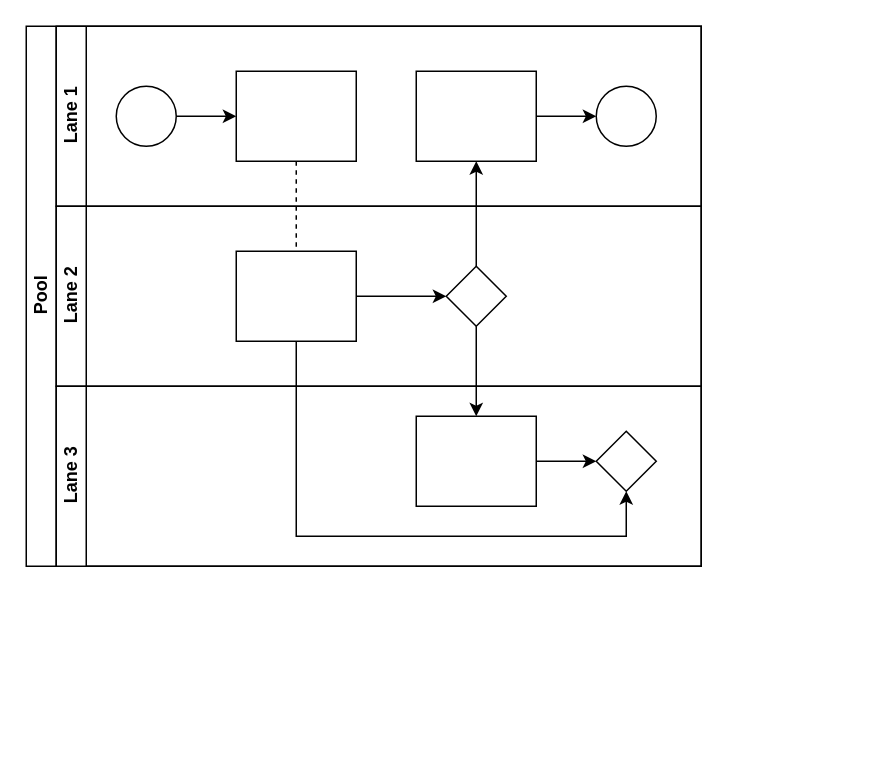
MatiasQuinlan/makarkrk keeps this draw.io diagram as INdices.drawio. Above is the earlier version. Source tidied: cells renumbered, new cells numbered last; positions are measured from the earlier drawing's top-left corner, leaving out a move shared by most shapes. Both pictures are drawn from the tidied source at 150%, with x=0, y=0 at pixel (26, 26).
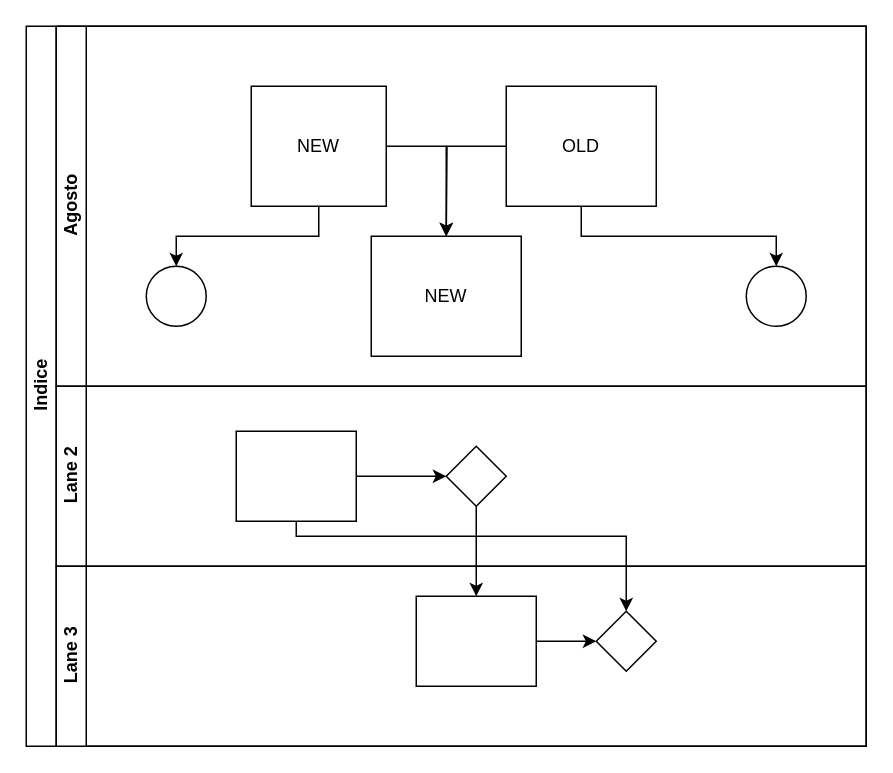
The same page after the edit.

Unchanged cells that the change refers to:
```xml
<mxCell id="16" style="rounded=0;whiteSpace=wrap;html=1;fontFamily=Helvetica;fontSize=12;fontColor=#000000;align=center;" parent="14" vertex="1">
  <mxGeometry x="120" y="30" width="80" height="60" as="geometry" />
</mxCell>
<mxCell id="17" style="rhombus;whiteSpace=wrap;html=1;fontFamily=Helvetica;fontSize=12;fontColor=#000000;align=center;" parent="14" vertex="1">
  <mxGeometry x="260" y="40" width="40" height="40" as="geometry" />
</mxCell>
```

Diff of the diagram source:
```diff
@@
-    <mxCell id="2" value="Pool" style="swimlane;html=1;horizontal=0;startSize=20;" parent="1" vertex="1">
-      <mxGeometry width="450" height="360" as="geometry" />
+    <mxCell id="2" value="Indice" style="swimlane;html=1;horizontal=0;startSize=20;" parent="1" vertex="1">
+      <mxGeometry width="560" height="480" as="geometry" />
     </mxCell>
-    <mxCell id="3" style="edgeStyle=orthogonalEdgeStyle;rounded=0;jettySize=auto;html=1;dashed=1;endArrow=none;endFill=0;" parent="2" edge="1" source="10" target="16">
-      <mxGeometry relative="1" as="geometry" />
-    </mxCell>
-    <mxCell id="4" style="edgeStyle=orthogonalEdgeStyle;rounded=0;jettySize=auto;html=1;endArrow=classic;endFill=1;" parent="2" edge="1" source="17" target="12">
-      <mxGeometry relative="1" as="geometry" />
-    </mxCell>
@@
-    <mxCell id="7" value="Lane 1" style="swimlane;html=1;startSize=20;horizontal=0;" parent="2" vertex="1">
-      <mxGeometry x="20" width="430" height="120" as="geometry" />
+    <mxCell id="7" value="Agosto" style="swimlane;html=1;startSize=20;horizontal=0;" parent="2" vertex="1">
+      <mxGeometry x="20" width="540" height="240" as="geometry" />
     </mxCell>
-    <mxCell id="8" style="edgeStyle=orthogonalEdgeStyle;rounded=0;jettySize=auto;html=1;" parent="7" edge="1" source="9" target="10">
-      <mxGeometry relative="1" as="geometry" />
-    </mxCell>
     <mxCell id="9" style="ellipse;whiteSpace=wrap;html=1;" parent="7" vertex="1">
-      <mxGeometry x="40" y="40" width="40" height="40" as="geometry" />
+      <mxGeometry x="60" y="160" width="40" height="40" as="geometry" />
     </mxCell>
+    <mxCell id="22" style="edgeStyle=orthogonalEdgeStyle;rounded=0;jettySize=auto;html=1;exitX=0.5;exitY=1;exitDx=0;exitDy=0;entryX=0.5;entryY=0;entryDx=0;entryDy=0;" parent="7" edge="1" source="10" target="9">
+      <mxGeometry relative="1" as="geometry" />
+    </mxCell>
+    <mxCell id="23" style="edgeStyle=orthogonalEdgeStyle;rounded=0;jettySize=auto;html=1;exitX=1;exitY=0.5;exitDx=0;exitDy=0;entryX=0.5;entryY=0;entryDx=0;entryDy=0;" parent="7" edge="1" source="10" target="25">
+      <mxGeometry relative="1" as="geometry" />
+    </mxCell>
-    <mxCell id="10" style="rounded=0;whiteSpace=wrap;html=1;fontFamily=Helvetica;fontSize=12;fontColor=#000000;align=center;" parent="7" vertex="1">
-      <mxGeometry x="120" y="30" width="80" height="60" as="geometry" />
+    <mxCell id="10" value="NEW" style="rounded=0;whiteSpace=wrap;html=1;fontFamily=Helvetica;fontSize=12;fontColor=#000000;align=center;" parent="7" vertex="1">
+      <mxGeometry x="130" y="40" width="90" height="80" as="geometry" />
     </mxCell>
-    <mxCell id="11" style="edgeStyle=orthogonalEdgeStyle;rounded=0;jettySize=auto;html=1;endArrow=classic;endFill=1;" parent="7" edge="1" source="12" target="13">
+    <mxCell id="11" style="edgeStyle=orthogonalEdgeStyle;rounded=0;jettySize=auto;html=1;exitX=0.5;exitY=1;exitDx=0;exitDy=0;entryX=0.5;entryY=0;entryDx=0;entryDy=0;" parent="7" edge="1" source="12" target="13">
       <mxGeometry relative="1" as="geometry" />
     </mxCell>
+    <mxCell id="24" style="edgeStyle=orthogonalEdgeStyle;rounded=0;jettySize=auto;html=1;exitX=0;exitY=0.5;exitDx=0;exitDy=0;" parent="7" edge="1" source="12">
+      <mxGeometry relative="1" as="geometry">
+        <mxPoint x="260" y="140" as="targetPoint" />
+      </mxGeometry>
+    </mxCell>
-    <mxCell id="12" style="rounded=0;whiteSpace=wrap;html=1;fontFamily=Helvetica;fontSize=12;fontColor=#000000;align=center;" parent="7" vertex="1">
-      <mxGeometry x="240" y="30" width="80" height="60" as="geometry" />
+    <mxCell id="12" value="OLD&lt;br&gt;" style="rounded=0;whiteSpace=wrap;html=1;fontFamily=Helvetica;fontSize=12;fontColor=#000000;align=center;" parent="7" vertex="1">
+      <mxGeometry x="300" y="40" width="100" height="80" as="geometry" />
     </mxCell>
     <mxCell id="13" style="ellipse;whiteSpace=wrap;html=1;" parent="7" vertex="1">
-      <mxGeometry x="360" y="40" width="40" height="40" as="geometry" />
+      <mxGeometry x="460" y="160" width="40" height="40" as="geometry" />
     </mxCell>
+    <mxCell id="25" value="NEW" style="rounded=0;whiteSpace=wrap;html=1;fontFamily=Helvetica;fontSize=12;fontColor=#000000;align=center;" parent="7" vertex="1">
+      <mxGeometry x="210" y="140" width="100" height="80" as="geometry" />
+    </mxCell>
     <mxCell id="14" value="Lane 2" style="swimlane;html=1;startSize=20;horizontal=0;" parent="2" vertex="1">
-      <mxGeometry x="20" y="120" width="430" height="120" as="geometry" />
+      <mxGeometry x="20" y="240" width="540" height="120" as="geometry" />
     </mxCell>
@@
     <mxCell id="18" value="Lane 3" style="swimlane;html=1;startSize=20;horizontal=0;" parent="2" vertex="1">
-      <mxGeometry x="20" y="240" width="430" height="120" as="geometry" />
+      <mxGeometry x="20" y="360" width="540" height="120" as="geometry" />
     </mxCell>
```
